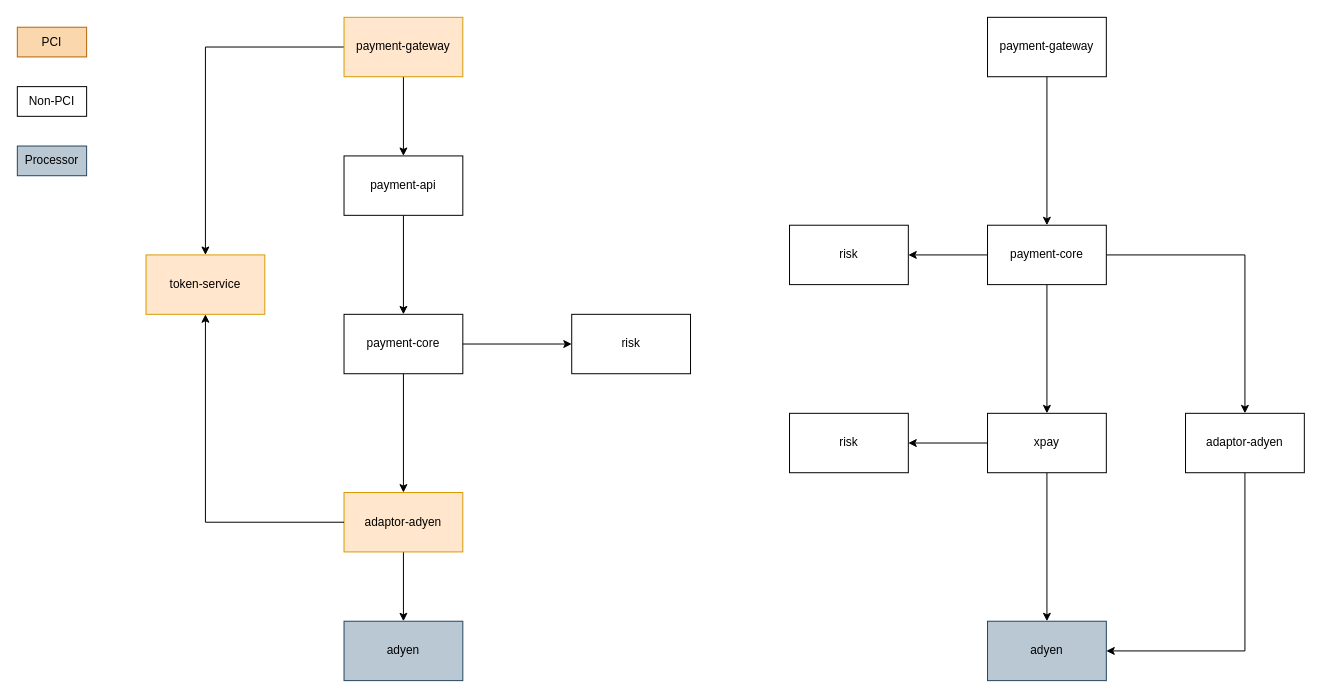
Before: page "Page-1" (1 of 2) of Untitled Diagram.drawio in JudeSheng/MarkdownNote, a draw.io diagram. Source tidied: cells renumbered, new cells numbered last; positions are measured from the earlier drawing's top-left corner, leaving out a move shared by most shapes. Both pictures are drawn from the tidied source at 99%, with x=0, y=0 at pixel (17, 17).
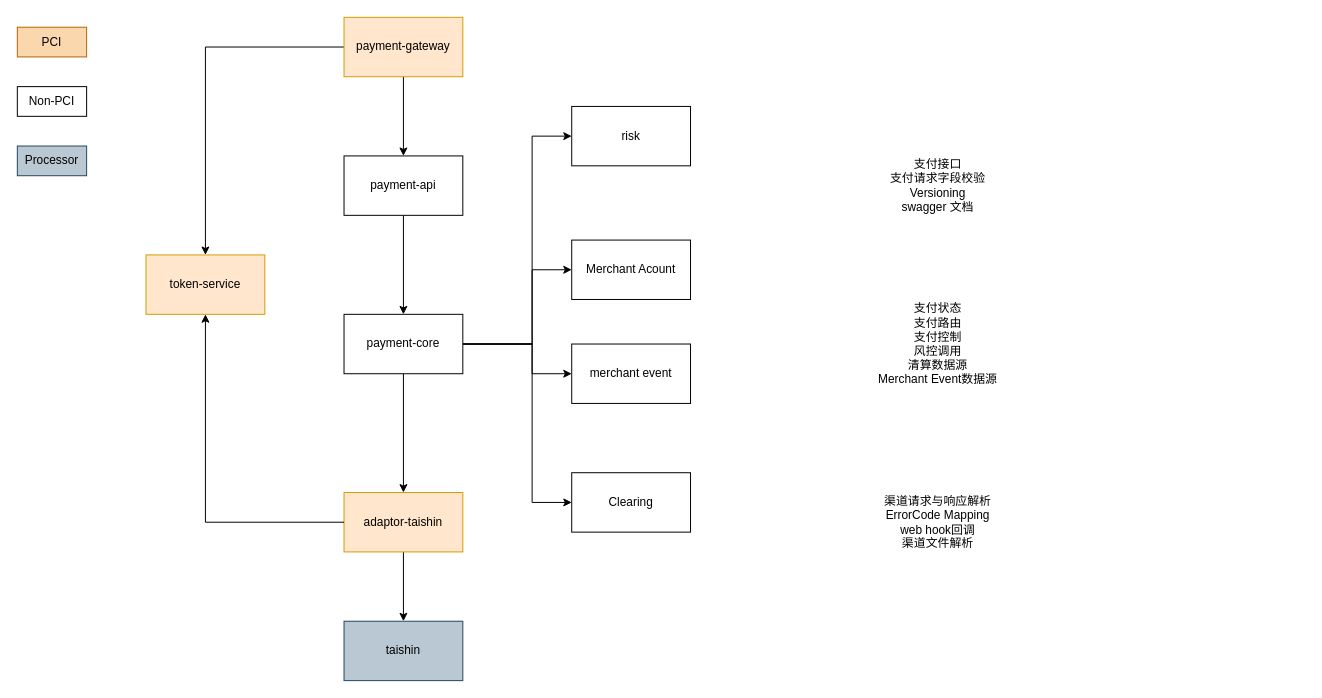
The same page after the edit.

Unchanged cells that the change refers to:
```xml
<mxCell id="8" value="payment-core" style="rounded=0;whiteSpace=wrap;html=1;" parent="1" vertex="1">
  <mxGeometry x="330" y="300" width="120" height="60" as="geometry" />
</mxCell>
```

The edit, as a diff of the source:
```diff
@@
+    <mxCell id="9" style="edgeStyle=orthogonalEdgeStyle;rounded=0;jettySize=auto;html=1;" parent="1" edge="1" source="8" target="30">
+      <mxGeometry relative="1" as="geometry">
+        <Array as="points">
+          <mxPoint x="520" y="330" />
+          <mxPoint x="520" y="120" />
+        </Array>
+      </mxGeometry>
+    </mxCell>
+    <mxCell id="33" style="edgeStyle=orthogonalEdgeStyle;rounded=0;jettySize=auto;html=1;" parent="1" edge="1" source="8" target="41">
+      <mxGeometry relative="1" as="geometry">
+        <Array as="points">
+          <mxPoint x="520" y="330" />
+          <mxPoint x="520" y="255" />
+        </Array>
+      </mxGeometry>
+    </mxCell>
+    <mxCell id="34" style="edgeStyle=orthogonalEdgeStyle;rounded=0;jettySize=auto;html=1;" parent="1" edge="1" source="8" target="40">
+      <mxGeometry relative="1" as="geometry">
+        <Array as="points">
+          <mxPoint x="520" y="330" />
+          <mxPoint x="520" y="360" />
+        </Array>
+      </mxGeometry>
+    </mxCell>
+    <mxCell id="35" style="edgeStyle=orthogonalEdgeStyle;rounded=0;jettySize=auto;html=1;" parent="1" edge="1" source="8" target="36">
+      <mxGeometry relative="1" as="geometry">
+        <Array as="points">
+          <mxPoint x="520" y="330" />
+          <mxPoint x="520" y="490" />
+        </Array>
+      </mxGeometry>
+    </mxCell>
@@
-    <mxCell id="9" style="edgeStyle=orthogonalEdgeStyle;rounded=0;jettySize=auto;html=1;exitX=1;exitY=0.5;exitDx=0;exitDy=0;" parent="1" edge="1" source="8" target="30">
-      <mxGeometry relative="1" as="geometry" />
-    </mxCell>
@@
-    <mxCell id="11" value="adaptor-adyen" style="rounded=0;whiteSpace=wrap;html=1;fillColor=#ffe6cc;strokeColor=#d79b00;" parent="1" vertex="1">
+    <mxCell id="11" value="adaptor-taishin" style="rounded=0;whiteSpace=wrap;html=1;fillColor=#ffe6cc;strokeColor=#d79b00;" parent="1" vertex="1">
       <mxGeometry x="330" y="480" width="120" height="60" as="geometry" />
     </mxCell>
@@
-    <mxCell id="13" value="adyen" style="rounded=0;whiteSpace=wrap;html=1;fillColor=#bac8d3;strokeColor=#23445d;" parent="1" vertex="1">
+    <mxCell id="13" value="taishin" style="rounded=0;whiteSpace=wrap;html=1;fillColor=#bac8d3;strokeColor=#23445d;" parent="1" vertex="1">
       <mxGeometry x="330" y="610" width="120" height="60" as="geometry" />
     </mxCell>
@@
-    <mxCell id="15" style="edgeStyle=orthogonalEdgeStyle;rounded=0;jettySize=auto;html=1;" parent="1" edge="1" source="16" target="20">
-      <mxGeometry relative="1" as="geometry" />
-    </mxCell>
-    <mxCell id="16" value="payment-gateway" style="rounded=0;whiteSpace=wrap;html=1;" parent="1" vertex="1">
-      <mxGeometry x="980" width="120" height="60" as="geometry" />
-    </mxCell>
-    <mxCell id="17" style="edgeStyle=orthogonalEdgeStyle;rounded=0;jettySize=auto;html=1;" parent="1" edge="1" source="20" target="23">
-      <mxGeometry relative="1" as="geometry" />
-    </mxCell>
-    <mxCell id="18" style="edgeStyle=orthogonalEdgeStyle;rounded=0;jettySize=auto;html=1;" parent="1" edge="1" source="20" target="29">
-      <mxGeometry relative="1" as="geometry" />
-    </mxCell>
-    <mxCell id="19" style="edgeStyle=orthogonalEdgeStyle;rounded=0;jettySize=auto;html=1;" parent="1" edge="1" source="20" target="32">
-      <mxGeometry relative="1" as="geometry" />
-    </mxCell>
-    <mxCell id="20" value="payment-core" style="rounded=0;whiteSpace=wrap;html=1;" parent="1" vertex="1">
-      <mxGeometry x="980" y="210" width="120" height="60" as="geometry" />
-    </mxCell>
-    <mxCell id="21" style="edgeStyle=orthogonalEdgeStyle;rounded=0;jettySize=auto;html=1;" parent="1" edge="1" source="23" target="24">
-      <mxGeometry relative="1" as="geometry" />
-    </mxCell>
-    <mxCell id="22" style="edgeStyle=orthogonalEdgeStyle;rounded=0;jettySize=auto;html=1;" parent="1" edge="1" source="23" target="31">
-      <mxGeometry relative="1" as="geometry" />
-    </mxCell>
-    <mxCell id="23" value="xpay" style="rounded=0;whiteSpace=wrap;html=1;" parent="1" vertex="1">
-      <mxGeometry x="980" y="400" width="120" height="60" as="geometry" />
-    </mxCell>
-    <mxCell id="24" value="adyen" style="rounded=0;whiteSpace=wrap;html=1;fillColor=#bac8d3;strokeColor=#23445d;" parent="1" vertex="1">
-      <mxGeometry x="980" y="610" width="120" height="60" as="geometry" />
-    </mxCell>
@@
-    <mxCell id="28" style="edgeStyle=orthogonalEdgeStyle;rounded=0;jettySize=auto;html=1;" parent="1" edge="1" source="29" target="24">
-      <mxGeometry relative="1" as="geometry">
-        <Array as="points">
-          <mxPoint x="1240" y="640" />
-        </Array>
-      </mxGeometry>
-    </mxCell>
-    <mxCell id="29" value="adaptor-adyen" style="rounded=0;whiteSpace=wrap;html=1;" parent="1" vertex="1">
-      <mxGeometry x="1180" y="400" width="120" height="60" as="geometry" />
-    </mxCell>
     <mxCell id="30" value="risk" style="rounded=0;whiteSpace=wrap;html=1;" parent="1" vertex="1">
-      <mxGeometry x="560" y="300" width="120" height="60" as="geometry" />
+      <mxGeometry x="560" y="90" width="120" height="60" as="geometry" />
     </mxCell>
-    <mxCell id="31" value="risk" style="rounded=0;whiteSpace=wrap;html=1;" parent="1" vertex="1">
-      <mxGeometry x="780" y="400" width="120" height="60" as="geometry" />
-    </mxCell>
-    <mxCell id="32" value="risk" style="rounded=0;whiteSpace=wrap;html=1;" parent="1" vertex="1">
-      <mxGeometry x="780" y="210" width="120" height="60" as="geometry" />
-    </mxCell>
+    <mxCell id="36" value="Clearing" style="rounded=0;whiteSpace=wrap;html=1;" parent="1" vertex="1">
+      <mxGeometry x="560" y="460" width="120" height="60" as="geometry" />
+    </mxCell>
+    <mxCell id="37" value="支付接口&lt;br&gt;支付请求字段校验&lt;br&gt;Versioning&lt;br&gt;swagger 文档" style="text;html=1;strokeColor=none;fillColor=none;align=center;verticalAlign=middle;whiteSpace=wrap;rounded=0;" parent="1" vertex="1">
+      <mxGeometry x="860" y="125" width="140" height="90" as="geometry" />
+    </mxCell>
+    <mxCell id="38" value="渠道请求与响应解析&lt;br&gt;ErrorCode Mapping&lt;br&gt;web hook回调&lt;br&gt;渠道文件解析" style="text;html=1;strokeColor=none;fillColor=none;align=center;verticalAlign=middle;whiteSpace=wrap;rounded=0;" parent="1" vertex="1">
+      <mxGeometry x="860" y="465" width="140" height="90" as="geometry" />
+    </mxCell>
+    <mxCell id="39" value="支付状态&lt;br&gt;支付路由&lt;br&gt;支付控制&lt;br&gt;风控调用&lt;br&gt;清算数据源&lt;br&gt;Merchant Event数据源" style="text;html=1;strokeColor=none;fillColor=none;align=center;verticalAlign=middle;whiteSpace=wrap;rounded=0;" parent="1" vertex="1">
+      <mxGeometry x="860" y="285" width="140" height="90" as="geometry" />
+    </mxCell>
+    <mxCell id="40" value="merchant event" style="rounded=0;whiteSpace=wrap;html=1;" parent="1" vertex="1">
+      <mxGeometry x="560" y="330" width="120" height="60" as="geometry" />
+    </mxCell>
+    <mxCell id="41" value="Merchant Acount" style="rounded=0;whiteSpace=wrap;html=1;" parent="1" vertex="1">
+      <mxGeometry x="560" y="225" width="120" height="60" as="geometry" />
+    </mxCell>
```
